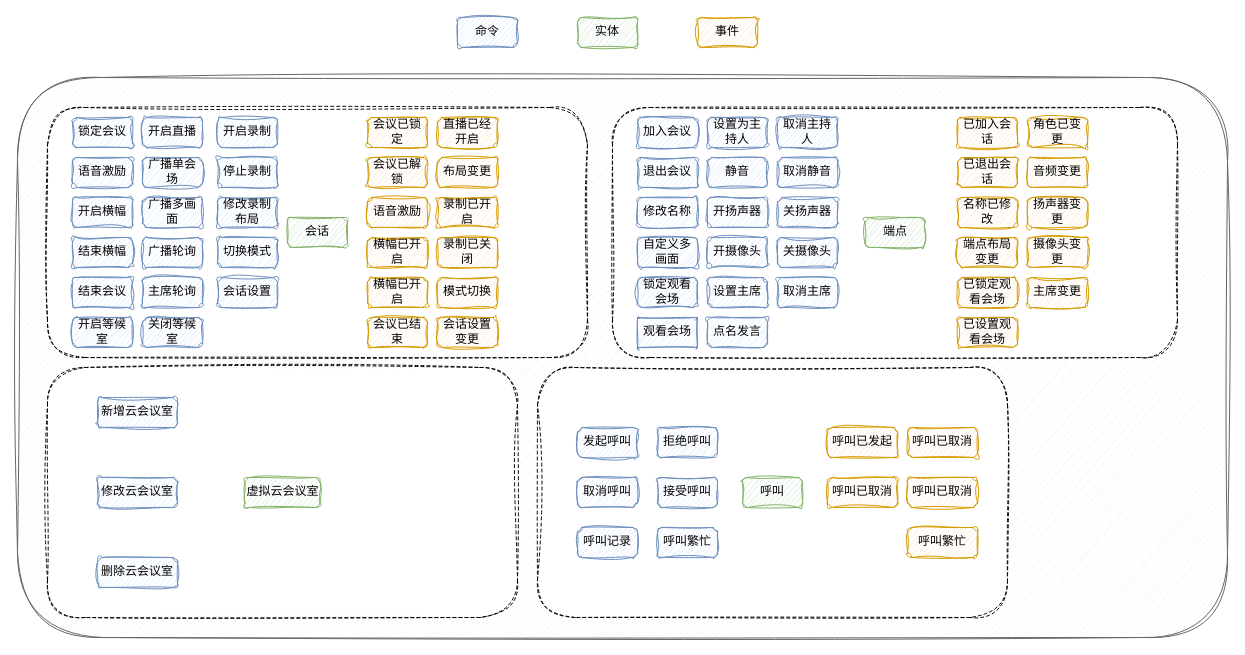
Before: rsc领域图.drawio in herozzn/draw, a draw.io diagram. Source tidied: cells renumbered, new cells numbered last; positions are measured from the earlier drawing's top-left corner, leaving out a move shared by most shapes. Both pictures are drawn from the tidied source at 100%, with x=0, y=0 at pixel (17, 17).
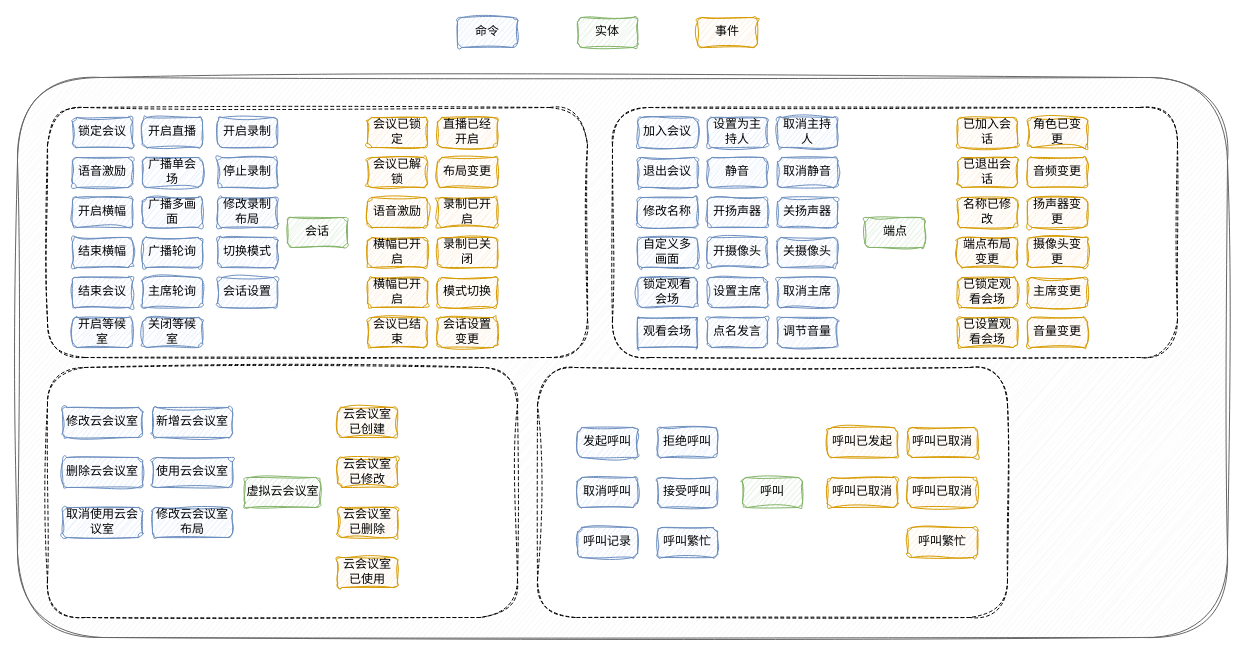
The same diagram, later.

Commit message:
更新rsc领域图.drawio

The edit, as a diff of the source:
```diff
@@
     <mxCell id="51" value="新增云会议室" style="rounded=1;whiteSpace=wrap;html=1;fontFamily=Comic Sans MS;fillColor=#dae8fc;strokeColor=#6c8ebf;sketch=1;curveFitting=1;jiggle=2;" parent="1" vertex="1">
-      <mxGeometry x="80" y="380" width="80" height="30" as="geometry" />
+      <mxGeometry x="135" y="390" width="80" height="30" as="geometry" />
     </mxCell>
     <mxCell id="52" value="修改云会议室" style="rounded=1;whiteSpace=wrap;html=1;fontFamily=Comic Sans MS;fillColor=#dae8fc;strokeColor=#6c8ebf;sketch=1;curveFitting=1;jiggle=2;" parent="1" vertex="1">
-      <mxGeometry x="80" y="460" width="80" height="30" as="geometry" />
+      <mxGeometry x="45" y="390" width="80" height="30" as="geometry" />
     </mxCell>
     <mxCell id="53" value="删除云会议室" style="rounded=1;whiteSpace=wrap;html=1;fontFamily=Comic Sans MS;fillColor=#dae8fc;strokeColor=#6c8ebf;sketch=1;curveFitting=1;jiggle=2;" parent="1" vertex="1">
-      <mxGeometry x="80" y="540" width="80" height="30" as="geometry" />
+      <mxGeometry x="45" y="440" width="80" height="30" as="geometry" />
     </mxCell>
@@
+    <mxCell id="85" value="使用云会议室" style="rounded=1;whiteSpace=wrap;html=1;fontFamily=Comic Sans MS;fillColor=#dae8fc;strokeColor=#6c8ebf;sketch=1;curveFitting=1;jiggle=2;" parent="1" vertex="1">
+      <mxGeometry x="135" y="440" width="80" height="30" as="geometry" />
+    </mxCell>
+    <mxCell id="86" value="取消使用云会议室" style="rounded=1;whiteSpace=wrap;html=1;fontFamily=Comic Sans MS;fillColor=#dae8fc;strokeColor=#6c8ebf;sketch=1;curveFitting=1;jiggle=2;" parent="1" vertex="1">
+      <mxGeometry x="45" y="490" width="80" height="30" as="geometry" />
+    </mxCell>
+    <mxCell id="87" value="云会议室已创建" style="rounded=1;whiteSpace=wrap;html=1;fontFamily=Comic Sans MS;fillColor=#ffe6cc;strokeColor=#d79b00;sketch=1;curveFitting=1;jiggle=2;" parent="1" vertex="1">
+      <mxGeometry x="320" y="390" width="60" height="30" as="geometry" />
+    </mxCell>
+    <mxCell id="88" value="修改云会议室布局" style="rounded=1;whiteSpace=wrap;html=1;fontFamily=Comic Sans MS;fillColor=#dae8fc;strokeColor=#6c8ebf;sketch=1;curveFitting=1;jiggle=2;" parent="1" vertex="1">
+      <mxGeometry x="135" y="490" width="80" height="30" as="geometry" />
+    </mxCell>
+    <mxCell id="89" value="云会议室已修改" style="rounded=1;whiteSpace=wrap;html=1;fontFamily=Comic Sans MS;fillColor=#ffe6cc;strokeColor=#d79b00;sketch=1;curveFitting=1;jiggle=2;" parent="1" vertex="1">
+      <mxGeometry x="320" y="440" width="60" height="30" as="geometry" />
+    </mxCell>
+    <mxCell id="90" value="云会议室已删除" style="rounded=1;whiteSpace=wrap;html=1;fontFamily=Comic Sans MS;fillColor=#ffe6cc;strokeColor=#d79b00;sketch=1;curveFitting=1;jiggle=2;" parent="1" vertex="1">
+      <mxGeometry x="320" y="490" width="60" height="30" as="geometry" />
+    </mxCell>
+    <mxCell id="91" value="云会议室已使用" style="rounded=1;whiteSpace=wrap;html=1;fontFamily=Comic Sans MS;fillColor=#ffe6cc;strokeColor=#d79b00;sketch=1;curveFitting=1;jiggle=2;" parent="1" vertex="1">
+      <mxGeometry x="320" y="540" width="60" height="30" as="geometry" />
+    </mxCell>
+    <mxCell id="92" value="调节音量" style="rounded=1;whiteSpace=wrap;html=1;fontFamily=Comic Sans MS;fillColor=#dae8fc;strokeColor=#6c8ebf;sketch=1;curveFitting=1;jiggle=2;" parent="1" vertex="1">
+      <mxGeometry x="760" y="300" width="60" height="30" as="geometry" />
+    </mxCell>
+    <mxCell id="93" value="音量变更" style="rounded=1;whiteSpace=wrap;html=1;fontFamily=Comic Sans MS;fillColor=#ffe6cc;strokeColor=#d79b00;sketch=1;curveFitting=1;jiggle=2;" parent="1" vertex="1">
+      <mxGeometry x="1010" y="300" width="60" height="30" as="geometry" />
+    </mxCell>
```
